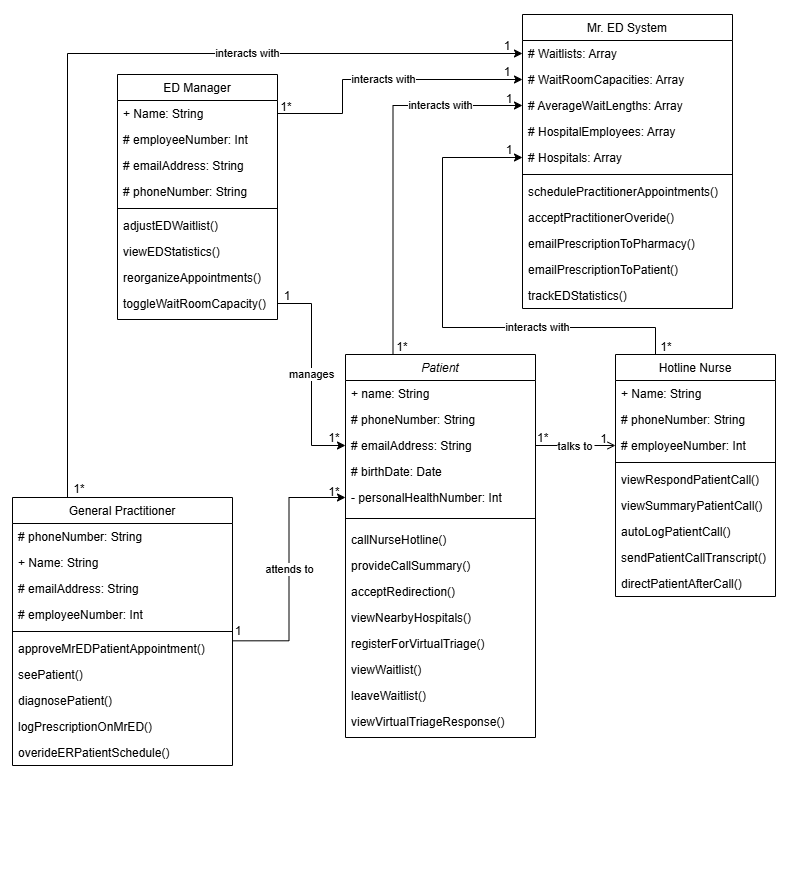
This is AmirWork/M3/Mister_ED_ClassDiagram.drawio.png from SENG-350-2024-fall/Team9, a draw.io export, as it was before one commit. Source tidied: cells renumbered, new cells last; positions are measured from the earlier drawing's top-left corner, leaving out a move shared by most shapes.
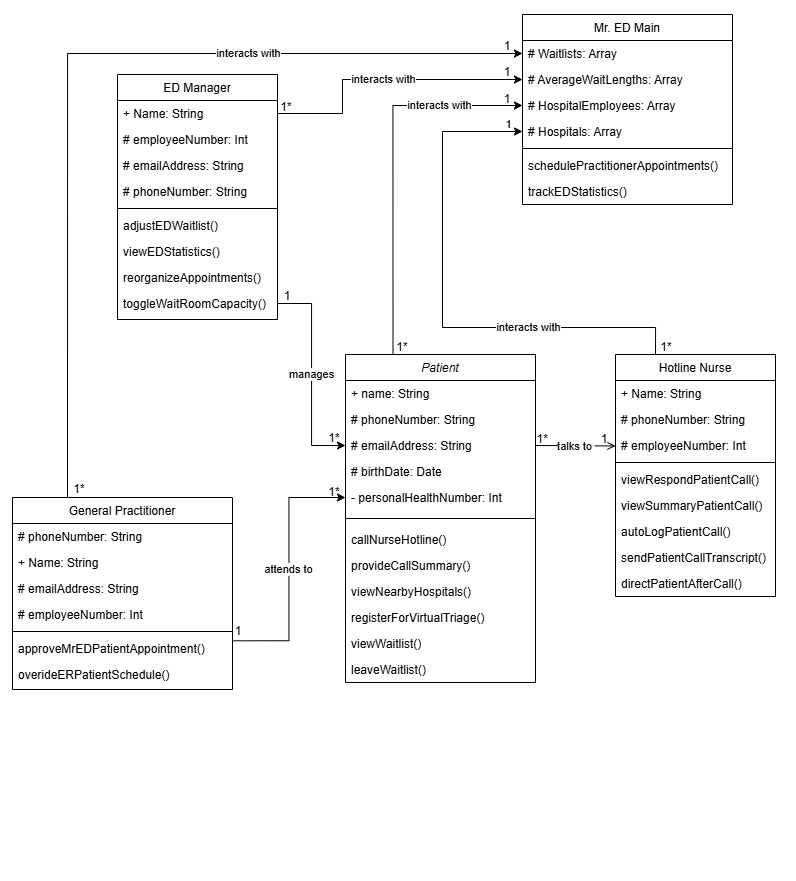
After the commit.

Change to the diagram source:
```diff
@@ -15,11 +15,11 @@
         <mxPoint x="-7" y="2" as="offset" />
       </mxGeometry>
     </mxCell>
-    <mxCell id="5" value="interacts with" style="edgeStyle=orthogonalEdgeStyle;rounded=0;jettySize=auto;html=1;exitX=0.25;exitY=0;exitDx=0;exitDy=0;entryX=0;entryY=0.5;entryDx=0;entryDy=0;" parent="1" edge="1" source="6" target="57">
+    <mxCell id="5" value="interacts with" style="edgeStyle=orthogonalEdgeStyle;rounded=0;jettySize=auto;html=1;exitX=0.25;exitY=0;exitDx=0;exitDy=0;entryX=0;entryY=0.5;entryDx=0;entryDy=0;" parent="1" edge="1" source="6" target="58">
       <mxGeometry x="0.56" relative="1" as="geometry" />
     </mxCell>
     <mxCell id="6" value="Patient" style="swimlane;fontStyle=2;align=center;verticalAlign=top;horizontal=1;startSize=26;rounded=0;shadow=0;strokeWidth=1;" parent="1" vertex="1">
-      <mxGeometry x="341" y="350" width="190" height="383" as="geometry" />
+      <mxGeometry x="341" y="350" width="190" height="328" as="geometry" />
     </mxCell>
     <mxCell id="7" value="+ name: String" style="text;align=left;verticalAlign=top;spacingLeft=4;spacingRight=4;overflow=hidden;" parent="6" vertex="1">
       <mxGeometry y="26" width="190" height="26" as="geometry" />
@@ -45,24 +45,18 @@
     <mxCell id="14" value="provideCallSummary()&#10;" style="text;align=left;verticalAlign=top;spacingLeft=4;spacingRight=4;overflow=hidden;" parent="6" vertex="1">
       <mxGeometry y="198" width="190" height="26" as="geometry" />
     </mxCell>
-    <mxCell id="15" value="acceptRedirection()&#10;" style="text;align=left;verticalAlign=top;spacingLeft=4;spacingRight=4;overflow=hidden;" parent="6" vertex="1">
-      <mxGeometry y="224" width="190" height="26" as="geometry" />
-    </mxCell>
     <mxCell id="16" value="viewNearbyHospitals()&#10;" style="text;align=left;verticalAlign=top;spacingLeft=4;spacingRight=4;overflow=hidden;" parent="6" vertex="1">
-      <mxGeometry y="250" width="190" height="26" as="geometry" />
+      <mxGeometry y="224" width="190" height="26" as="geometry" />
     </mxCell>
     <mxCell id="17" value="registerForVirtualTriage()&#10;" style="text;align=left;verticalAlign=top;spacingLeft=4;spacingRight=4;overflow=hidden;" parent="6" vertex="1">
-      <mxGeometry y="276" width="190" height="26" as="geometry" />
+      <mxGeometry y="250" width="190" height="26" as="geometry" />
     </mxCell>
     <mxCell id="18" value="viewWaitlist()&#10;" style="text;align=left;verticalAlign=top;spacingLeft=4;spacingRight=4;overflow=hidden;" parent="6" vertex="1">
-      <mxGeometry y="302" width="190" height="26" as="geometry" />
+      <mxGeometry y="276" width="190" height="26" as="geometry" />
     </mxCell>
     <mxCell id="19" value="leaveWaitlist()&#10;" style="text;align=left;verticalAlign=top;spacingLeft=4;spacingRight=4;overflow=hidden;" parent="6" vertex="1">
-      <mxGeometry y="328" width="190" height="26" as="geometry" />
+      <mxGeometry y="302" width="190" height="26" as="geometry" />
     </mxCell>
-    <mxCell id="20" value="viewVirtualTriageResponse()&#10;" style="text;align=left;verticalAlign=top;spacingLeft=4;spacingRight=4;overflow=hidden;" parent="6" vertex="1">
-      <mxGeometry y="354" width="190" height="26" as="geometry" />
-    </mxCell>
     <mxCell id="21" value="ED Manager" style="swimlane;fontStyle=0;align=center;verticalAlign=top;horizontal=1;startSize=26;rounded=0;shadow=0;strokeWidth=1;" parent="1" vertex="1">
       <mxGeometry x="113" y="70" width="160" height="245" as="geometry" />
     </mxCell>
@@ -98,10 +92,15 @@
         <Array as="points">
           <mxPoint x="651" y="323" />
           <mxPoint x="438" y="323" />
-          <mxPoint x="438" y="153" />
+          <mxPoint x="438" y="127" />
         </Array>
       </mxGeometry>
     </mxCell>
+    <mxCell id="73" value="1" style="edgeLabel;html=1;align=center;verticalAlign=middle;" parent="31" vertex="1">
+      <mxGeometry x="0.93" y="2" relative="1" as="geometry">
+        <mxPoint x="4" y="-6" as="offset" />
+      </mxGeometry>
+    </mxCell>
     <mxCell id="32" value="Hotline Nurse" style="swimlane;fontStyle=0;align=center;verticalAlign=top;horizontal=1;startSize=26;rounded=0;shadow=0;strokeWidth=1;" parent="1" vertex="1">
       <mxGeometry x="611" y="350" width="160" height="242" as="geometry" />
     </mxCell>
@@ -136,7 +135,7 @@
       <mxGeometry x="0.39" relative="1" as="geometry" />
     </mxCell>
     <mxCell id="43" value="General Practitioner" style="swimlane;fontStyle=0;align=center;verticalAlign=top;horizontal=1;startSize=26;rounded=0;shadow=0;strokeWidth=1;" parent="1" vertex="1">
-      <mxGeometry x="8" y="493" width="220" height="268" as="geometry" />
+      <mxGeometry x="8" y="493" width="220" height="192" as="geometry" />
     </mxCell>
     <mxCell id="44" value="# phoneNumber: String" style="text;align=left;verticalAlign=top;spacingLeft=4;spacingRight=4;overflow=hidden;rounded=0;shadow=0;html=0;" parent="43" vertex="1">
       <mxGeometry y="26" width="220" height="26" as="geometry" />
@@ -156,53 +155,32 @@
     <mxCell id="49" value="approveMrEDPatientAppointment()" style="text;align=left;verticalAlign=top;spacingLeft=4;spacingRight=4;overflow=hidden;points=[[0,0.5],[1,0.5]];portConstraint=eastwest;" parent="43" vertex="1">
       <mxGeometry y="138" width="220" height="26" as="geometry" />
     </mxCell>
-    <mxCell id="50" value="seePatient()" style="text;align=left;verticalAlign=top;spacingLeft=4;spacingRight=4;overflow=hidden;" parent="43" vertex="1">
-      <mxGeometry y="164" width="220" height="26" as="geometry" />
-    </mxCell>
-    <mxCell id="51" value="diagnosePatient()" style="text;align=left;verticalAlign=top;spacingLeft=4;spacingRight=4;overflow=hidden;" parent="43" vertex="1">
-      <mxGeometry y="190" width="220" height="26" as="geometry" />
-    </mxCell>
-    <mxCell id="52" value="logPrescriptionOnMrED()" style="text;align=left;verticalAlign=top;spacingLeft=4;spacingRight=4;overflow=hidden;" parent="43" vertex="1">
-      <mxGeometry y="216" width="220" height="26" as="geometry" />
-    </mxCell>
     <mxCell id="53" value="overideERPatientSchedule()" style="text;align=left;verticalAlign=top;spacingLeft=4;spacingRight=4;overflow=hidden;" parent="43" vertex="1">
-      <mxGeometry y="242" width="220" height="26" as="geometry" />
+      <mxGeometry y="164" width="220" height="26" as="geometry" />
     </mxCell>
-    <mxCell id="54" value="Mr. ED System" style="swimlane;fontStyle=0;align=center;verticalAlign=top;horizontal=1;startSize=26;rounded=0;shadow=0;strokeWidth=1;" parent="1" vertex="1">
-      <mxGeometry x="518" y="10" width="210" height="294" as="geometry" />
+    <mxCell id="54" value="Mr. ED Main" style="swimlane;fontStyle=0;align=center;verticalAlign=top;horizontal=1;startSize=26;rounded=0;shadow=0;strokeWidth=1;" parent="1" vertex="1">
+      <mxGeometry x="518" y="10" width="210" height="190" as="geometry" />
     </mxCell>
     <mxCell id="55" value="# Waitlists: Array " style="text;align=left;verticalAlign=top;spacingLeft=4;spacingRight=4;overflow=hidden;points=[[0,0.5],[1,0.5]];portConstraint=eastwest;rounded=0;shadow=0;html=0;" parent="54" vertex="1">
       <mxGeometry y="26" width="210" height="26" as="geometry" />
     </mxCell>
-    <mxCell id="56" value="# WaitRoomCapacities: Array " style="text;align=left;verticalAlign=top;spacingLeft=4;spacingRight=4;overflow=hidden;points=[[0,0.5],[1,0.5]];portConstraint=eastwest;rounded=0;shadow=0;html=0;" parent="54" vertex="1">
-      <mxGeometry y="52" width="210" height="26" as="geometry" />
-    </mxCell>
     <mxCell id="57" value="# AverageWaitLengths: Array " style="text;align=left;verticalAlign=top;spacingLeft=4;spacingRight=4;overflow=hidden;points=[[0,0.5],[1,0.5]];portConstraint=eastwest;rounded=0;shadow=0;html=0;" parent="54" vertex="1">
-      <mxGeometry y="78" width="210" height="26" as="geometry" />
+      <mxGeometry y="52" width="210" height="26" as="geometry" />
     </mxCell>
     <mxCell id="58" value="# HospitalEmployees: Array " style="text;align=left;verticalAlign=top;spacingLeft=4;spacingRight=4;overflow=hidden;points=[[0,0.5],[1,0.5]];portConstraint=eastwest;rounded=0;shadow=0;html=0;" parent="54" vertex="1">
-      <mxGeometry y="104" width="210" height="26" as="geometry" />
+      <mxGeometry y="78" width="210" height="26" as="geometry" />
     </mxCell>
     <mxCell id="59" value="# Hospitals: Array " style="text;align=left;verticalAlign=top;spacingLeft=4;spacingRight=4;overflow=hidden;points=[[0,0.5],[1,0.5]];portConstraint=eastwest;rounded=0;shadow=0;html=0;" parent="54" vertex="1">
-      <mxGeometry y="130" width="210" height="26" as="geometry" />
+      <mxGeometry y="104" width="210" height="26" as="geometry" />
     </mxCell>
     <mxCell id="60" style="line;html=1;strokeWidth=1;align=left;verticalAlign=middle;spacingTop=-1;spacingLeft=3;spacingRight=3;labelPosition=right;" parent="54" vertex="1">
-      <mxGeometry y="156" width="210" height="8" as="geometry" />
+      <mxGeometry y="130" width="210" height="8" as="geometry" />
     </mxCell>
     <mxCell id="61" value="schedulePractitionerAppointments()" style="text;align=left;verticalAlign=top;spacingLeft=4;spacingRight=4;overflow=hidden;" parent="54" vertex="1">
-      <mxGeometry y="164" width="210" height="26" as="geometry" />
+      <mxGeometry y="138" width="210" height="26" as="geometry" />
     </mxCell>
-    <mxCell id="62" value="acceptPractitionerOveride()" style="text;align=left;verticalAlign=top;spacingLeft=4;spacingRight=4;overflow=hidden;" parent="54" vertex="1">
-      <mxGeometry y="190" width="210" height="26" as="geometry" />
-    </mxCell>
-    <mxCell id="63" value="emailPrescriptionToPharmacy()" style="text;align=left;verticalAlign=top;spacingLeft=4;spacingRight=4;overflow=hidden;" parent="54" vertex="1">
-      <mxGeometry y="216" width="210" height="26" as="geometry" />
-    </mxCell>
-    <mxCell id="64" value="emailPrescriptionToPatient()" style="text;align=left;verticalAlign=top;spacingLeft=4;spacingRight=4;overflow=hidden;" parent="54" vertex="1">
-      <mxGeometry y="242" width="210" height="26" as="geometry" />
-    </mxCell>
     <mxCell id="65" value="trackEDStatistics()&#10;" style="text;align=left;verticalAlign=top;spacingLeft=4;spacingRight=4;overflow=hidden;" parent="54" vertex="1">
-      <mxGeometry y="268" width="210" height="26" as="geometry" />
+      <mxGeometry y="164" width="210" height="26" as="geometry" />
     </mxCell>
     <mxCell id="66" value="1*" style="text;strokeColor=none;align=center;fillColor=none;html=1;verticalAlign=middle;whiteSpace=wrap;rounded=0;" parent="1" vertex="1">
       <mxGeometry x="45" y="470" width="60" height="30" as="geometry" />
@@ -220,19 +198,17 @@
       <mxGeometry x="300" y="473" width="60" height="30" as="geometry" />
     </mxCell>
     <mxCell id="71" value="1" style="text;strokeColor=none;align=center;fillColor=none;html=1;verticalAlign=middle;whiteSpace=wrap;rounded=0;" parent="1" vertex="1">
-      <mxGeometry x="475" y="80" width="60" height="30" as="geometry" />
+      <mxGeometry x="473" y="80" width="60" height="30" as="geometry" />
     </mxCell>
     <mxCell id="72" value="1*" style="text;strokeColor=none;align=center;fillColor=none;html=1;verticalAlign=middle;whiteSpace=wrap;rounded=0;" parent="1" vertex="1">
       <mxGeometry x="368" y="328" width="60" height="30" as="geometry" />
     </mxCell>
-    <mxCell id="73" value="1" style="text;strokeColor=none;align=center;fillColor=none;html=1;verticalAlign=middle;whiteSpace=wrap;rounded=0;" parent="1" vertex="1">
-      <mxGeometry x="475" y="131" width="60" height="30" as="geometry" />
-    </mxCell>
     <mxCell id="74" value="1*" style="text;strokeColor=none;align=center;fillColor=none;html=1;verticalAlign=middle;whiteSpace=wrap;rounded=0;" parent="1" vertex="1">
       <mxGeometry x="632" y="328" width="60" height="30" as="geometry" />
     </mxCell>
-    <mxCell id="75" value="interacts with" style="edgeStyle=orthogonalEdgeStyle;rounded=0;jettySize=auto;html=1;exitX=1;exitY=0.5;exitDx=0;exitDy=0;entryX=0;entryY=0.5;entryDx=0;entryDy=0;" parent="1" edge="1" source="22" target="56">
+    <mxCell id="75" value="interacts with" style="edgeStyle=orthogonalEdgeStyle;rounded=0;jettySize=auto;html=1;exitX=1;exitY=0.5;exitDx=0;exitDy=0;entryX=0;entryY=0.5;entryDx=0;entryDy=0;" parent="1" edge="1" source="22">
       <mxGeometry relative="1" as="geometry">
+        <mxPoint x="518" y="75" as="targetPoint" />
         <Array as="points">
           <mxPoint x="338" y="109" />
           <mxPoint x="338" y="75" />
```
